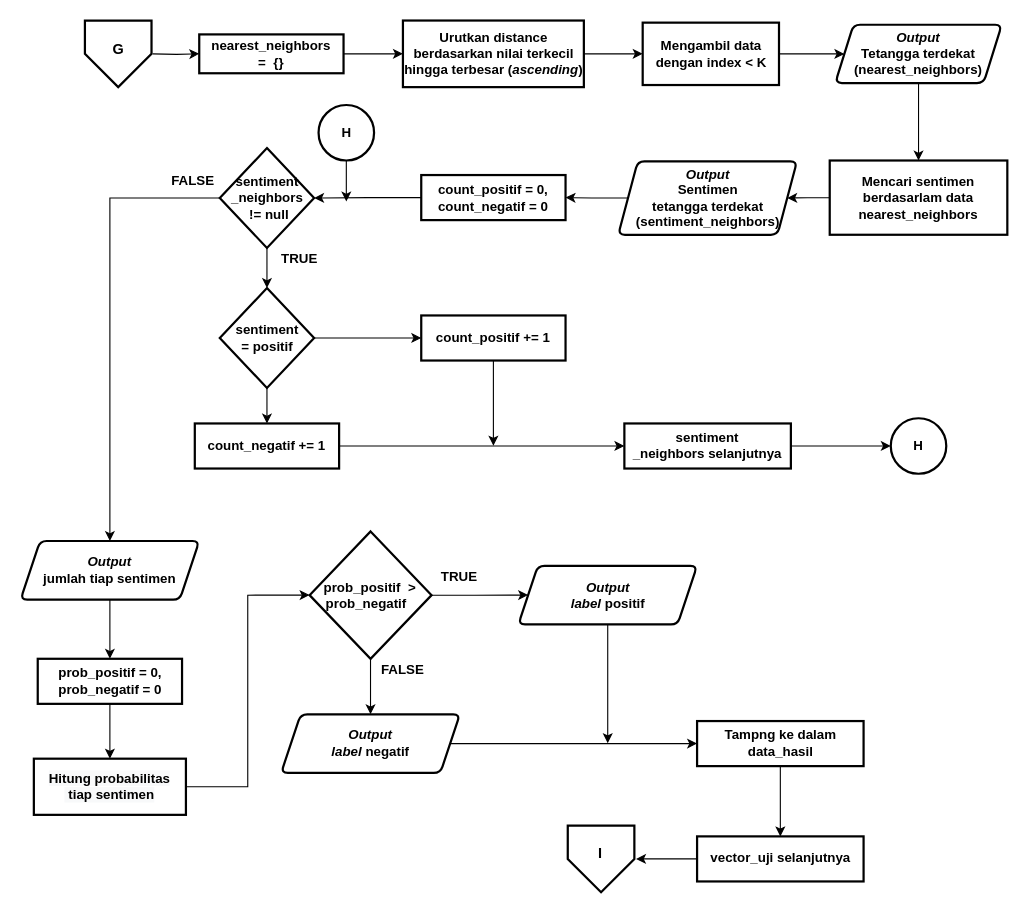
The draw.io diagram Dokumen TA/Paper/Flowchart/Flowchart proses klaisifikasi-pisah-2.drawio in muspriandi/TextMining-SentimentAnalysis, before the edit. Source tidied: cells renumbered, new cells numbered last; positions are measured from the earlier drawing's top-left corner, leaving out a move shared by most shapes. Both pictures are drawn from the tidied source at 111%, with x=0, y=0 at pixel (20, 20).
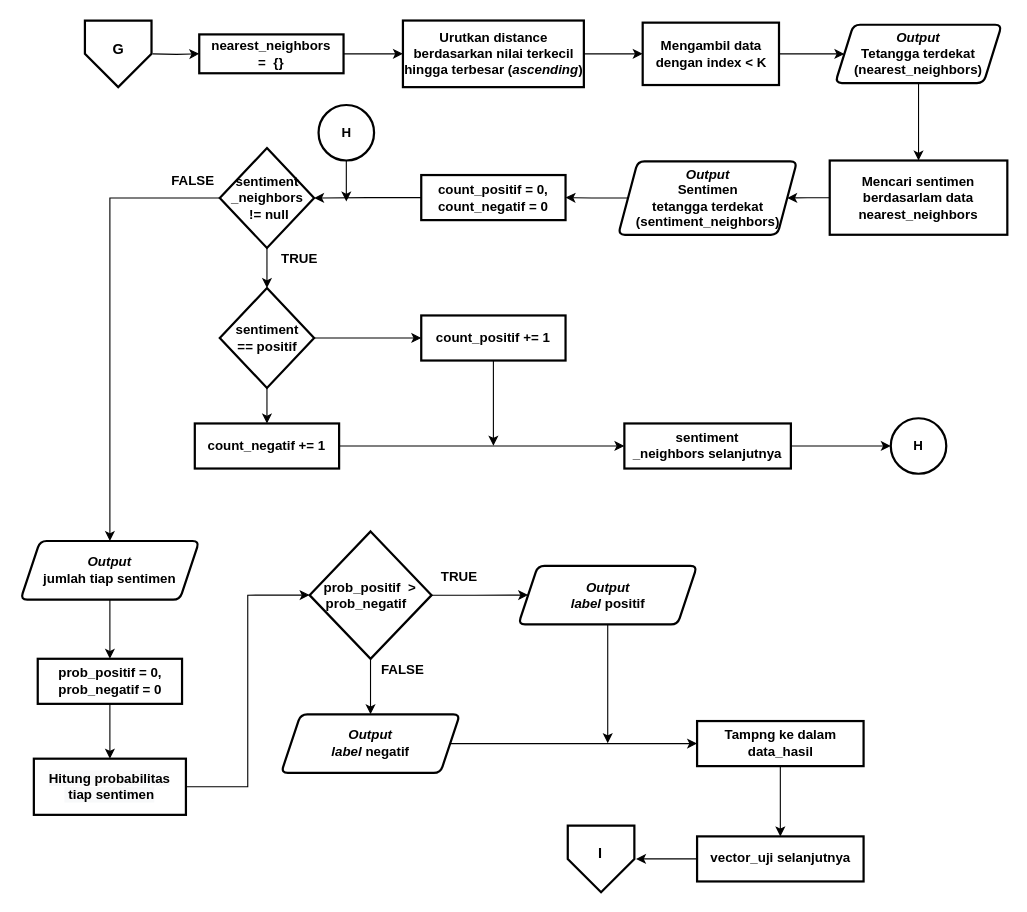
The same diagram, later.

Diff of the diagram source:
```diff
@@
-    <mxCell id="22" value="&lt;span style=&quot;font-size: 12px&quot;&gt;sentiment&lt;br&gt;= positif&lt;br&gt;&lt;/span&gt;" style="strokeWidth=2;html=1;shape=mxgraph.flowchart.decision;whiteSpace=wrap;fontStyle=1;" parent="1" vertex="1">
+    <mxCell id="22" value="&lt;span style=&quot;font-size: 12px&quot;&gt;sentiment&lt;br&gt;== positif&lt;br&gt;&lt;/span&gt;" style="strokeWidth=2;html=1;shape=mxgraph.flowchart.decision;whiteSpace=wrap;fontStyle=1;" parent="1" vertex="1">
       <mxGeometry x="179.5" y="241" width="85" height="90" as="geometry" />
     </mxCell>
```
